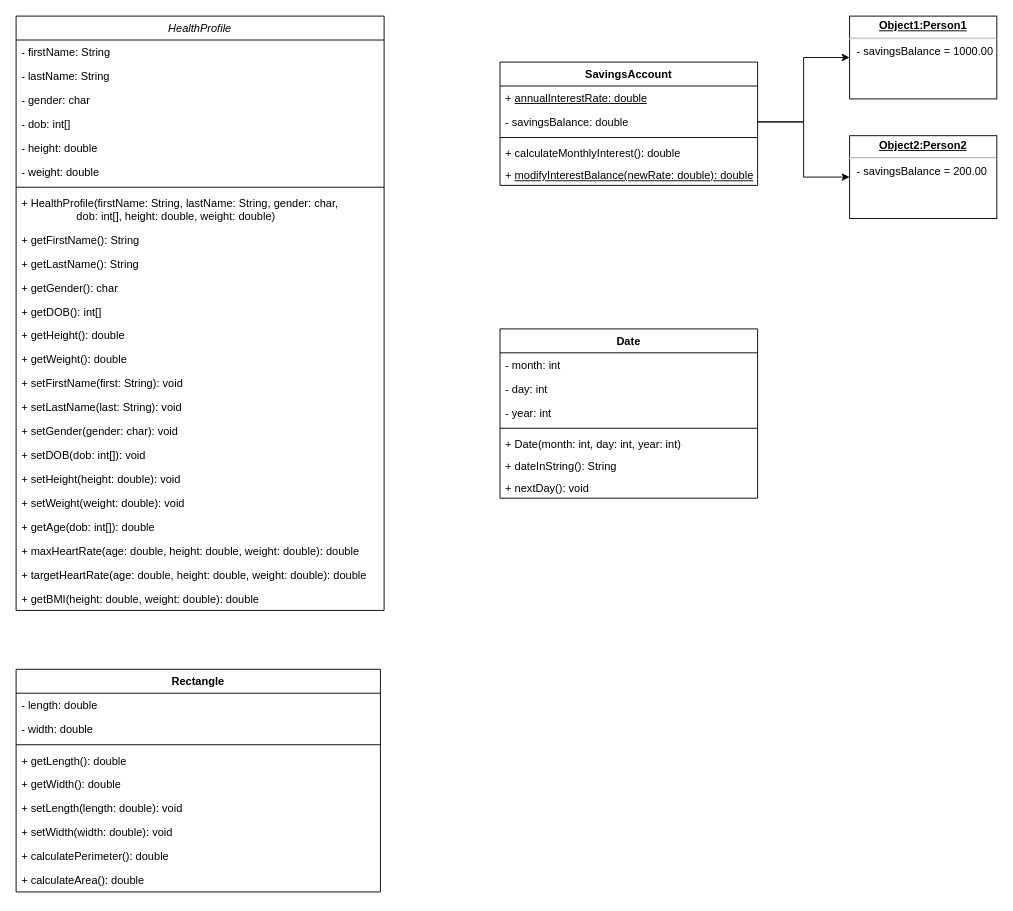
The draw.io diagram src/Untitled Diagram.drawio in aguilarsean/CPE-2101L, before the edit. Source tidied: cells renumbered, new cells numbered last; positions are measured from the earlier drawing's top-left corner, leaving out a move shared by most shapes. Both pictures are drawn from the tidied source at 92%, with x=0, y=0 at pixel (16, 16).
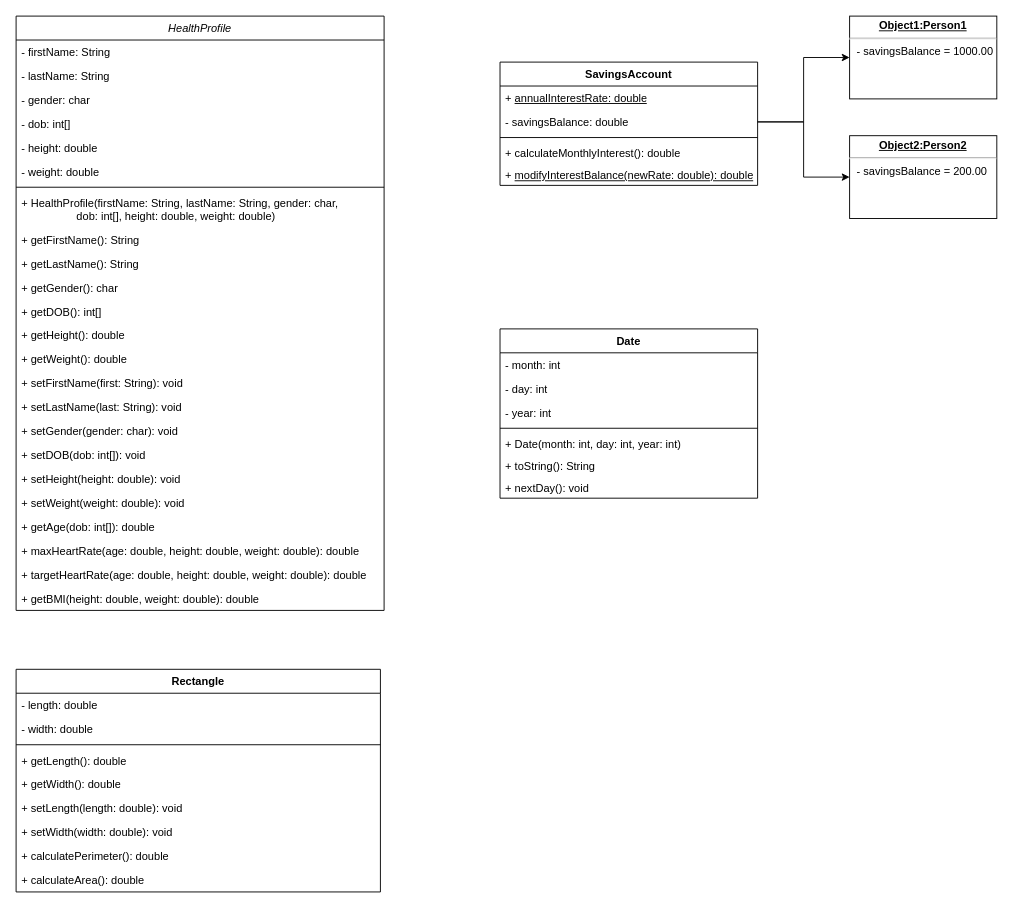
Above is the later version.

Commit message:
Update method name

Unchanged cells that the change refers to:
```xml
<mxCell id="47" value="Date" style="swimlane;fontStyle=1;align=center;verticalAlign=top;horizontal=1;startSize=26;whiteSpace=wrap;html=1;" parent="1" vertex="1">
  <mxGeometry x="526" y="340" width="280" height="184" as="geometry" />
</mxCell>
```

The edit, as a diff of the source:
```diff
@@
-    <mxCell id="53" value="+ dateInString(): String" style="text;strokeColor=none;fillColor=none;align=left;verticalAlign=top;spacingLeft=4;spacingRight=4;overflow=hidden;whiteSpace=wrap;html=1;" parent="47" vertex="1">
+    <mxCell id="53" value="+ toString(): String" style="text;strokeColor=none;fillColor=none;align=left;verticalAlign=top;spacingLeft=4;spacingRight=4;overflow=hidden;whiteSpace=wrap;html=1;" parent="47" vertex="1">
       <mxGeometry y="136" width="280" height="24" as="geometry" />
     </mxCell>
```
